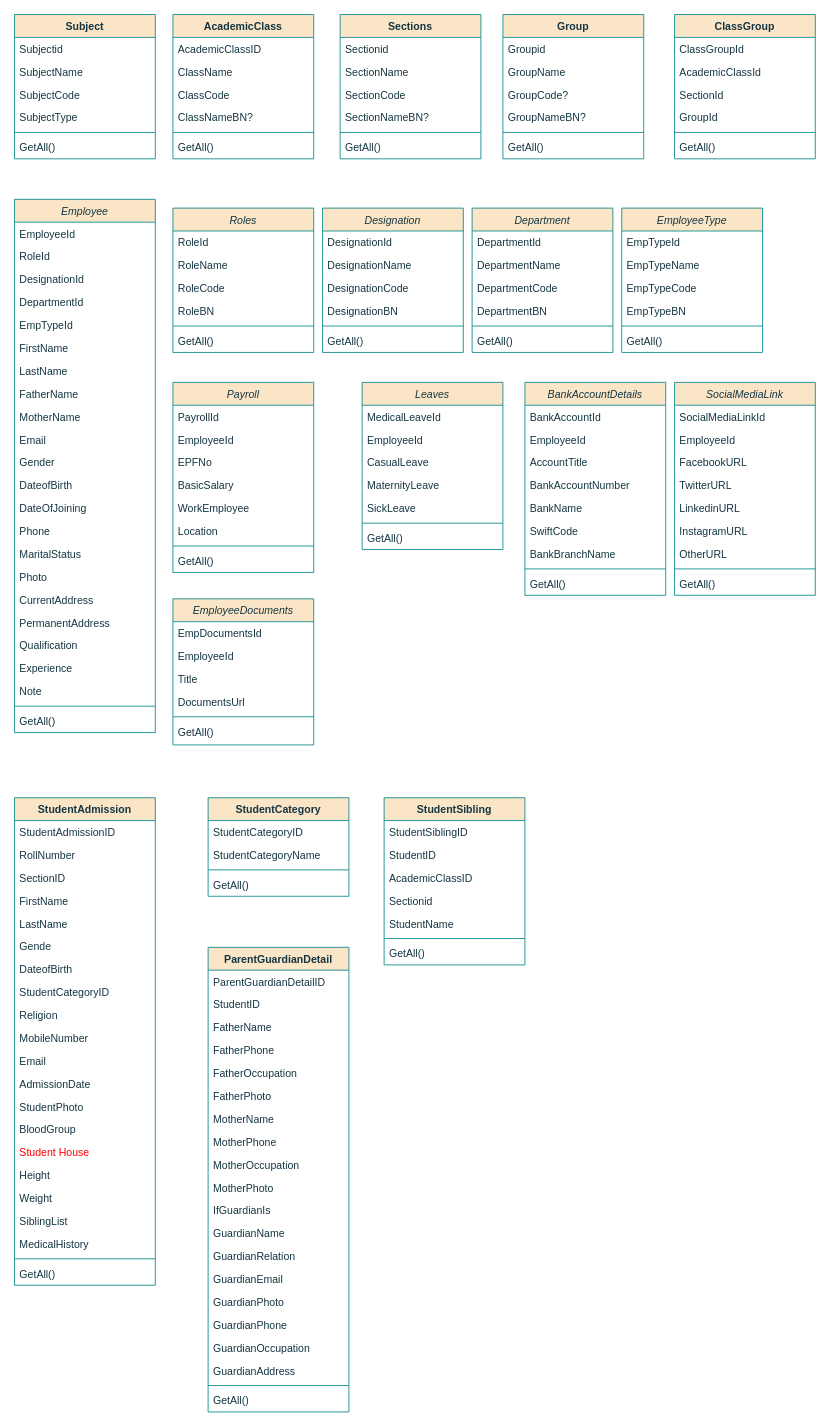
Earlier version of the draw.io diagram page "Page-3" (1 of 3) of Untitled Diagram.drawio (walidulhasan/UML). Source tidied: cells renumbered, new cells numbered last; positions are measured from the earlier drawing's top-left corner, leaving out a move shared by most shapes. Both pictures are drawn from the tidied source at 88%, with x=0, y=0 at pixel (14, 14).
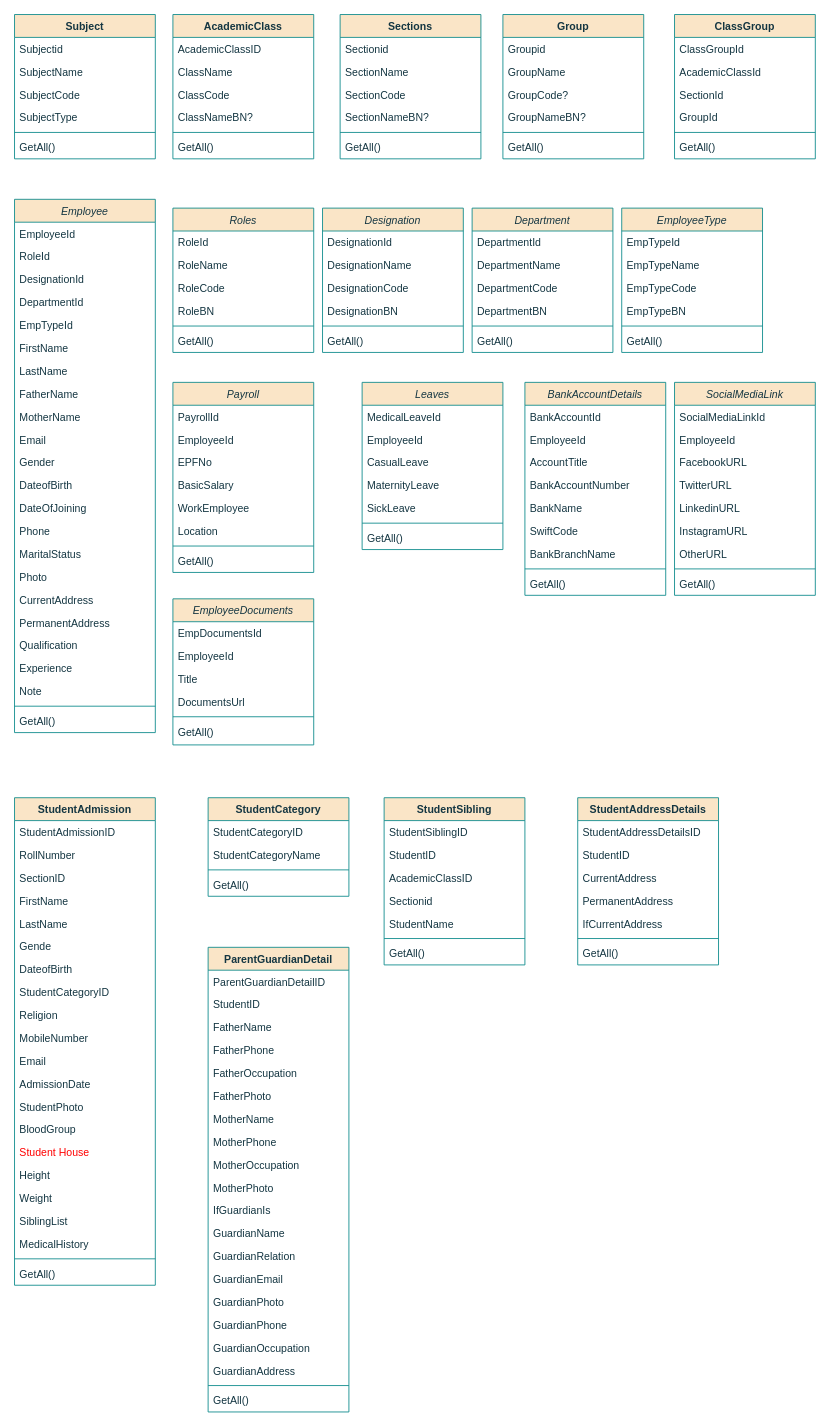
Above is the later version.

Change to the diagram source:
```diff
@@
+    <mxCell id="189" value="StudentAddressDetails" style="swimlane;fontStyle=1;align=center;verticalAlign=top;horizontal=1;startSize=26;labelBackgroundColor=none;fillColor=#FAE5C7;strokeColor=#0F8B8D;fontColor=#143642;" parent="1" vertex="1">
+      <mxGeometry x="640" y="890" width="160" height="190" as="geometry" />
+    </mxCell>
+    <mxCell id="190" value="StudentAddressDetailsID" style="text;strokeColor=none;fillColor=none;align=left;verticalAlign=top;spacingLeft=4;spacingRight=4;overflow=hidden;labelBackgroundColor=none;fontColor=#143642;" parent="189" vertex="1">
+      <mxGeometry y="26" width="160" height="26" as="geometry" />
+    </mxCell>
+    <mxCell id="191" value="StudentID" style="text;strokeColor=none;fillColor=none;align=left;verticalAlign=top;spacingLeft=4;spacingRight=4;overflow=hidden;labelBackgroundColor=none;fontColor=#143642;" parent="189" vertex="1">
+      <mxGeometry y="52" width="160" height="26" as="geometry" />
+    </mxCell>
+    <mxCell id="192" value="CurrentAddress" style="text;strokeColor=none;fillColor=none;align=left;verticalAlign=top;spacingLeft=4;spacingRight=4;overflow=hidden;labelBackgroundColor=none;fontColor=#143642;" parent="189" vertex="1">
+      <mxGeometry y="78" width="160" height="26" as="geometry" />
+    </mxCell>
+    <mxCell id="193" value="PermanentAddress" style="text;strokeColor=none;fillColor=none;align=left;verticalAlign=top;spacingLeft=4;spacingRight=4;overflow=hidden;labelBackgroundColor=none;fontColor=#143642;" parent="189" vertex="1">
+      <mxGeometry y="104" width="160" height="26" as="geometry" />
+    </mxCell>
+    <mxCell id="194" value="IfCurrentAddress" style="text;strokeColor=none;fillColor=none;align=left;verticalAlign=top;spacingLeft=4;spacingRight=4;overflow=hidden;labelBackgroundColor=none;fontColor=#143642;" parent="189" vertex="1">
+      <mxGeometry y="130" width="160" height="26" as="geometry" />
+    </mxCell>
+    <mxCell id="195" style="line;strokeWidth=1;fillColor=none;align=left;verticalAlign=middle;spacingTop=-1;spacingLeft=3;spacingRight=3;labelPosition=right;strokeColor=#0F8B8D;labelBackgroundColor=none;fontColor=#143642;" parent="189" vertex="1">
+      <mxGeometry y="156" width="160" height="8" as="geometry" />
+    </mxCell>
+    <mxCell id="196" value="GetAll()" style="text;strokeColor=none;fillColor=none;align=left;verticalAlign=top;spacingLeft=4;spacingRight=4;overflow=hidden;labelBackgroundColor=none;fontColor=#143642;" parent="189" vertex="1">
+      <mxGeometry y="164" width="160" height="26" as="geometry" />
+    </mxCell>
```
